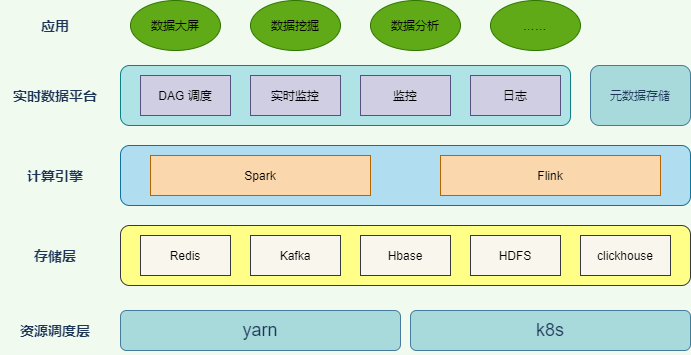
This is 数据平台.png from QuakeWang/Figure-bed, a draw.io export, as it was before one commit. Source tidied: cells renumbered, new cells last; positions are measured from the earlier drawing's top-left corner, leaving out a move shared by most shapes.
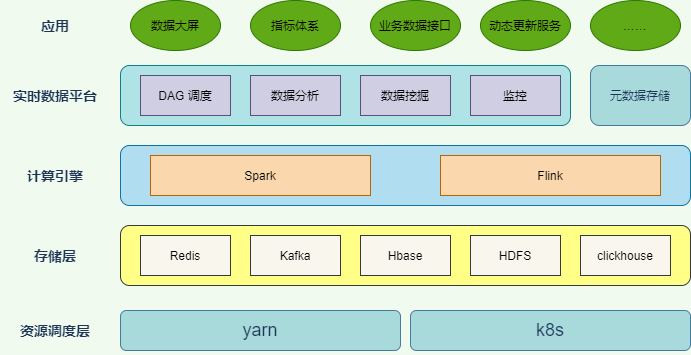
After the commit.

Change to the diagram source:
```diff
@@ -56,14 +56,14 @@
     <mxCell id="19" value="&lt;font color=&quot;#000000&quot;&gt;数据大屏&lt;/font&gt;" style="ellipse;whiteSpace=wrap;html=1;rounded=0;sketch=0;fontColor=#ffffff;strokeColor=#2D7600;fillColor=#60a917;" parent="1" vertex="1">
       <mxGeometry x="130" width="90" height="50" as="geometry" />
     </mxCell>
-    <mxCell id="20" value="&lt;font color=&quot;#000000&quot;&gt;数据挖掘&lt;/font&gt;" style="ellipse;whiteSpace=wrap;html=1;rounded=0;sketch=0;fontColor=#ffffff;strokeColor=#2D7600;fillColor=#60a917;" parent="1" vertex="1">
+    <mxCell id="20" value="&lt;font color=&quot;#000000&quot;&gt;指标体系&lt;/font&gt;" style="ellipse;whiteSpace=wrap;html=1;rounded=0;sketch=0;fontColor=#ffffff;strokeColor=#2D7600;fillColor=#60a917;" parent="1" vertex="1">
       <mxGeometry x="250" width="90" height="50" as="geometry" />
     </mxCell>
-    <mxCell id="21" value="&lt;font color=&quot;#000000&quot;&gt;数据分析&lt;/font&gt;" style="ellipse;whiteSpace=wrap;html=1;rounded=0;sketch=0;fontColor=#ffffff;strokeColor=#2D7600;fillColor=#60a917;" parent="1" vertex="1">
+    <mxCell id="21" value="&lt;font color=&quot;#000000&quot;&gt;业务数据接口&lt;/font&gt;" style="ellipse;whiteSpace=wrap;html=1;rounded=0;sketch=0;fontColor=#ffffff;strokeColor=#2D7600;fillColor=#60a917;" parent="1" vertex="1">
       <mxGeometry x="370" width="90" height="50" as="geometry" />
     </mxCell>
-    <mxCell id="22" value="&lt;font color=&quot;#000000&quot;&gt;……&lt;/font&gt;" style="ellipse;whiteSpace=wrap;html=1;rounded=0;sketch=0;fontColor=#ffffff;strokeColor=#2D7600;fillColor=#60a917;" parent="1" vertex="1">
-      <mxGeometry x="490" width="90" height="50" as="geometry" />
+    <mxCell id="22" value="&lt;font color=&quot;#000000&quot;&gt;动态更新服务&lt;/font&gt;" style="ellipse;whiteSpace=wrap;html=1;rounded=0;sketch=0;fontColor=#ffffff;strokeColor=#2D7600;fillColor=#60a917;" parent="1" vertex="1">
+      <mxGeometry x="480" width="90" height="50" as="geometry" />
     </mxCell>
     <mxCell id="23" value="元数据存储" style="rounded=1;whiteSpace=wrap;html=1;sketch=0;fontColor=#1D3557;strokeColor=#457B9D;fillColor=#A8DADC;" parent="1" vertex="1">
       <mxGeometry x="590" y="65" width="100" height="60" as="geometry" />
@@ -71,14 +71,17 @@
     <mxCell id="24" value="DAG 调度" style="rounded=0;whiteSpace=wrap;html=1;sketch=0;strokeColor=#56517e;fillColor=#d0cee2;" parent="1" vertex="1">
       <mxGeometry x="140" y="75" width="90" height="40" as="geometry" />
     </mxCell>
-    <mxCell id="25" value="日志" style="rounded=0;whiteSpace=wrap;html=1;sketch=0;strokeColor=#56517e;fillColor=#d0cee2;" parent="1" vertex="1">
+    <mxCell id="25" value="监控" style="rounded=0;whiteSpace=wrap;html=1;sketch=0;strokeColor=#56517e;fillColor=#d0cee2;" parent="1" vertex="1">
       <mxGeometry x="470" y="75" width="90" height="40" as="geometry" />
     </mxCell>
-    <mxCell id="26" value="监控" style="rounded=0;whiteSpace=wrap;html=1;sketch=0;strokeColor=#56517e;fillColor=#d0cee2;" parent="1" vertex="1">
+    <mxCell id="26" value="数据挖掘" style="rounded=0;whiteSpace=wrap;html=1;sketch=0;strokeColor=#56517e;fillColor=#d0cee2;" parent="1" vertex="1">
       <mxGeometry x="360" y="75" width="90" height="40" as="geometry" />
     </mxCell>
-    <mxCell id="27" value="实时监控" style="rounded=0;whiteSpace=wrap;html=1;sketch=0;strokeColor=#56517e;fillColor=#d0cee2;" parent="1" vertex="1">
+    <mxCell id="27" value="数据分析" style="rounded=0;whiteSpace=wrap;html=1;sketch=0;strokeColor=#56517e;fillColor=#d0cee2;" parent="1" vertex="1">
       <mxGeometry x="250" y="75" width="90" height="40" as="geometry" />
     </mxCell>
+    <mxCell id="28" value="&lt;font color=&quot;#000000&quot;&gt;……&lt;/font&gt;" style="ellipse;whiteSpace=wrap;html=1;rounded=0;sketch=0;fontColor=#ffffff;strokeColor=#2D7600;fillColor=#60a917;" parent="1" vertex="1">
+      <mxGeometry x="590" width="90" height="50" as="geometry" />
+    </mxCell>
   </root>
 </mxGraphModel>
```
